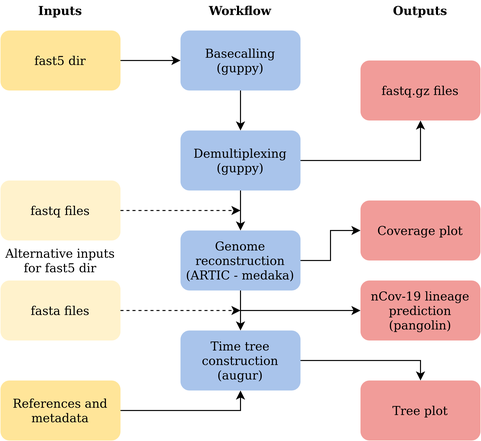
Before: data/figures/workflow.png, a diagram exported from draw.io (replikation/poreCov). Source tidied: cells renumbered, new cells last; positions are measured from the earlier drawing's top-left corner, leaving out a move shared by most shapes.
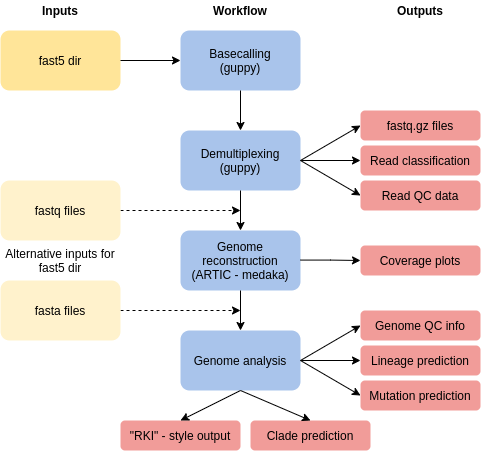
Later version of the same file.

Diff of the diagram source:
```diff
@@ -5,47 +5,21 @@
     <mxCell id="2" value="&lt;div&gt;Basecalling&lt;/div&gt;&lt;div&gt;(guppy)&lt;br&gt;&lt;/div&gt;" style="rounded=1;whiteSpace=wrap;html=1;fillColor=#A9C4EB;strokeColor=none;" parent="1" vertex="1">
       <mxGeometry x="180" y="30" width="120" height="60" as="geometry" />
     </mxCell>
-    <mxCell id="3" style="edgeStyle=orthogonalEdgeStyle;rounded=0;jettySize=auto;html=1;targetPerimeterSpacing=6;entryX=0.5;entryY=1;entryDx=0;entryDy=0;" parent="1" edge="1" source="4" target="5">
-      <mxGeometry relative="1" as="geometry">
-        <Array as="points">
-          <mxPoint x="420" y="160" />
-        </Array>
-      </mxGeometry>
-    </mxCell>
     <mxCell id="4" value="Demultiplexing&lt;br&gt;(guppy)" style="rounded=1;whiteSpace=wrap;html=1;fillColor=#A9C4EB;strokeColor=none;" parent="1" vertex="1">
       <mxGeometry x="180" y="130" width="120" height="60" as="geometry" />
     </mxCell>
     <mxCell id="5" value="fastq.gz files" style="rounded=1;whiteSpace=wrap;html=1;fillColor=#F19C99;strokeColor=none;" parent="1" vertex="1">
-      <mxGeometry x="360" y="60" width="120" height="60" as="geometry" />
+      <mxGeometry x="360" y="110" width="120" height="30" as="geometry" />
     </mxCell>
-    <mxCell id="6" style="edgeStyle=orthogonalEdgeStyle;rounded=0;jettySize=auto;html=1;targetPerimeterSpacing=6;entryX=0;entryY=0.5;entryDx=0;entryDy=0;" parent="1" edge="1" source="9" target="11">
-      <mxGeometry relative="1" as="geometry">
-        <Array as="points">
-          <mxPoint x="330" y="260" />
-          <mxPoint x="330" y="230" />
-        </Array>
-      </mxGeometry>
-    </mxCell>
     <mxCell id="7" style="edgeStyle=orthogonalEdgeStyle;rounded=0;jettySize=auto;html=1;targetPerimeterSpacing=6;entryX=0.5;entryY=0;entryDx=0;entryDy=0;" parent="1" edge="1" source="9" target="18">
       <mxGeometry relative="1" as="geometry" />
     </mxCell>
-    <mxCell id="8" style="edgeStyle=orthogonalEdgeStyle;rounded=0;jettySize=auto;html=1;" parent="1" edge="1" target="10">
-      <mxGeometry relative="1" as="geometry">
-        <mxPoint x="240" y="300" as="sourcePoint" />
-        <Array as="points">
-          <mxPoint x="240" y="310" />
-        </Array>
-      </mxGeometry>
-    </mxCell>
     <mxCell id="9" value="&lt;div&gt;Genome reconstruction&lt;/div&gt;&lt;div&gt; (ARTIC - medaka)&lt;/div&gt;" style="rounded=1;whiteSpace=wrap;html=1;fillColor=#A9C4EB;strokeColor=none;" parent="1" vertex="1">
       <mxGeometry x="180" y="230" width="120" height="60" as="geometry" />
     </mxCell>
-    <mxCell id="10" value="&lt;div&gt;nCov-19 lineage prediction&lt;br&gt;(pangolin)&lt;/div&gt;" style="rounded=1;whiteSpace=wrap;html=1;fillColor=#F19C99;strokeColor=none;" parent="1" vertex="1">
-      <mxGeometry x="360" y="280" width="120" height="60" as="geometry" />
+    <mxCell id="10" value="Lineage prediction" style="rounded=1;whiteSpace=wrap;html=1;fillColor=#F19C99;strokeColor=none;" parent="1" vertex="1">
+      <mxGeometry x="360" y="345" width="120" height="30" as="geometry" />
     </mxCell>
-    <mxCell id="11" value="Coverage plot" style="rounded=1;whiteSpace=wrap;html=1;fillColor=#F19C99;strokeColor=none;" parent="1" vertex="1">
-      <mxGeometry x="360" y="200" width="120" height="60" as="geometry" />
-    </mxCell>
     <mxCell id="12" style="endArrow=classic;html=1;exitX=0.5;exitY=1;exitDx=0;exitDy=0;entryX=0.5;entryY=0;entryDx=0;entryDy=0;" parent="1" edge="1" source="2" target="4">
       <mxGeometry relative="1" as="geometry" />
     </mxCell>
@@ -66,7 +40,7 @@
     <mxCell id="17" style="endArrow=classic;html=1;exitX=1;exitY=0.5;exitDx=0;exitDy=0;entryX=0;entryY=0.5;entryDx=0;entryDy=0;" parent="1" edge="1" source="14" target="2">
       <mxGeometry relative="1" as="geometry" />
     </mxCell>
-    <mxCell id="18" value="&lt;div&gt;Time tree &lt;br&gt;&lt;/div&gt;&lt;div&gt;construction&lt;/div&gt;&lt;div&gt;(augur)&lt;br&gt;&lt;/div&gt;" style="rounded=1;whiteSpace=wrap;html=1;fillColor=#A9C4EB;strokeColor=none;" parent="1" vertex="1">
+    <mxCell id="18" value="&lt;div&gt;Genome analysis&lt;/div&gt;" style="rounded=1;whiteSpace=wrap;html=1;fillColor=#A9C4EB;strokeColor=none;" parent="1" vertex="1">
       <mxGeometry x="180" y="330" width="120" height="60" as="geometry" />
     </mxCell>
     <mxCell id="19" value="Inputs" style="text;html=1;strokeColor=none;fillColor=none;align=center;verticalAlign=middle;whiteSpace=wrap;rounded=0;fontStyle=1;" parent="1" vertex="1">
@@ -86,29 +60,67 @@
     <mxCell id="23" value="fasta files " style="rounded=1;whiteSpace=wrap;html=1;fillColor=#FFF2CC;strokeColor=none;" parent="1" vertex="1">
       <mxGeometry y="280" width="120" height="60" as="geometry" />
     </mxCell>
-    <mxCell id="24" style="edgeStyle=orthogonalEdgeStyle;rounded=0;jettySize=auto;html=1;targetPerimeterSpacing=6;entryX=0.5;entryY=0;entryDx=0;entryDy=0;" parent="1" edge="1" target="25">
-      <mxGeometry relative="1" as="geometry">
-        <mxPoint x="300" y="360" as="sourcePoint" />
-        <Array as="points">
-          <mxPoint x="420" y="360" />
-        </Array>
-      </mxGeometry>
-    </mxCell>
-    <mxCell id="25" value="Tree plot" style="rounded=1;whiteSpace=wrap;html=1;fillColor=#F19C99;strokeColor=none;" parent="1" vertex="1">
-      <mxGeometry x="360" y="380" width="120" height="60" as="geometry" />
+    <mxCell id="25" value="Mutation prediction" style="rounded=1;whiteSpace=wrap;html=1;fillColor=#F19C99;strokeColor=none;" parent="1" vertex="1">
+      <mxGeometry x="360" y="380" width="120" height="30" as="geometry" />
     </mxCell>
-    <mxCell id="26" style="edgeStyle=orthogonalEdgeStyle;rounded=0;jettySize=auto;html=1;endArrow=classic;endFill=1;targetPerimeterSpacing=6;entryX=0.5;entryY=1;entryDx=0;entryDy=0;exitX=1;exitY=0.5;exitDx=0;exitDy=0;" parent="1" edge="1" source="27" target="18">
-      <mxGeometry relative="1" as="geometry">
-        <Array as="points">
-          <mxPoint x="240" y="410" />
-        </Array>
-      </mxGeometry>
-    </mxCell>
-    <mxCell id="27" value="References and&lt;br&gt;metadata" style="rounded=1;whiteSpace=wrap;html=1;fillColor=#FFE599;strokeColor=none;" parent="1" vertex="1">
-      <mxGeometry y="380" width="120" height="60" as="geometry" />
-    </mxCell>
     <mxCell id="28" value="Alternative inputs for fast5 dir" style="text;html=1;strokeColor=none;fillColor=none;align=center;verticalAlign=middle;whiteSpace=wrap;rounded=0;" parent="1" vertex="1">
       <mxGeometry y="250" width="120" height="20" as="geometry" />
     </mxCell>
+    <mxCell id="29" value="Clade prediction" style="rounded=1;whiteSpace=wrap;html=1;fillColor=#F19C99;strokeColor=none;" parent="1" vertex="1">
+      <mxGeometry x="250" y="420" width="120" height="30" as="geometry" />
+    </mxCell>
+    <mxCell id="30" value="Genome QC info" style="rounded=1;whiteSpace=wrap;html=1;fillColor=#F19C99;strokeColor=none;" parent="1" vertex="1">
+      <mxGeometry x="360" y="310" width="120" height="30" as="geometry" />
+    </mxCell>
+    <mxCell id="31" value="Coverage plots" style="rounded=1;whiteSpace=wrap;html=1;fillColor=#F19C99;strokeColor=none;" parent="1" vertex="1">
+      <mxGeometry x="360" y="245" width="120" height="30" as="geometry" />
+    </mxCell>
+    <mxCell id="32" style="edgeStyle=orthogonalEdgeStyle;rounded=0;jettySize=auto;html=1;targetPerimeterSpacing=6;entryX=0;entryY=0.5;entryDx=0;entryDy=0;" parent="1" edge="1" target="31">
+      <mxGeometry relative="1" as="geometry">
+        <mxPoint x="300" y="259.6" as="sourcePoint" />
+      </mxGeometry>
+    </mxCell>
+    <mxCell id="33" value="Read classification" style="rounded=1;whiteSpace=wrap;html=1;fillColor=#F19C99;strokeColor=none;" parent="1" vertex="1">
+      <mxGeometry x="360" y="145" width="120" height="30" as="geometry" />
+    </mxCell>
+    <mxCell id="34" value="Read QC data" style="rounded=1;whiteSpace=wrap;html=1;fillColor=#F19C99;strokeColor=none;" parent="1" vertex="1">
+      <mxGeometry x="360" y="180" width="120" height="30" as="geometry" />
+    </mxCell>
+    <mxCell id="35" value="&quot;RKI&quot; - style output" style="rounded=1;whiteSpace=wrap;html=1;fillColor=#F19C99;strokeColor=none;" parent="1" vertex="1">
+      <mxGeometry x="120" y="420" width="120" height="30" as="geometry" />
+    </mxCell>
+    <mxCell id="3" style="endArrow=classic;html=1;fontColor=#660000;entryX=0;entryY=0.5;entryDx=0;entryDy=0;exitX=1;exitY=0.5;exitDx=0;exitDy=0;" parent="1" edge="1" source="4" target="5">
+      <mxGeometry relative="1" as="geometry" />
+    </mxCell>
+    <mxCell id="36" style="endArrow=classic;html=1;fontColor=#660000;entryX=0;entryY=0.5;entryDx=0;entryDy=0;exitX=1;exitY=0.5;exitDx=0;exitDy=0;" parent="1" edge="1" source="4" target="33">
+      <mxGeometry relative="1" as="geometry" />
+    </mxCell>
+    <mxCell id="37" style="endArrow=classic;html=1;fontColor=#660000;entryX=0;entryY=0.5;entryDx=0;entryDy=0;exitX=1;exitY=0.5;exitDx=0;exitDy=0;" parent="1" edge="1" source="4" target="34">
+      <mxGeometry relative="1" as="geometry" />
+    </mxCell>
+    <mxCell id="38" style="endArrow=classic;html=1;fontColor=#660000;entryX=0;entryY=0.5;entryDx=0;entryDy=0;exitX=1;exitY=0.5;exitDx=0;exitDy=0;" parent="1" edge="1">
+      <mxGeometry relative="1" as="geometry">
+        <mxPoint x="300" y="360" as="sourcePoint" />
+        <mxPoint x="360" y="325" as="targetPoint" />
+      </mxGeometry>
+    </mxCell>
+    <mxCell id="39" style="endArrow=classic;html=1;fontColor=#660000;entryX=0;entryY=0.5;entryDx=0;entryDy=0;exitX=1;exitY=0.5;exitDx=0;exitDy=0;" parent="1" edge="1">
+      <mxGeometry relative="1" as="geometry">
+        <mxPoint x="300" y="360" as="sourcePoint" />
+        <mxPoint x="360" y="360" as="targetPoint" />
+      </mxGeometry>
+    </mxCell>
+    <mxCell id="40" style="endArrow=classic;html=1;fontColor=#660000;entryX=0;entryY=0.5;entryDx=0;entryDy=0;exitX=1;exitY=0.5;exitDx=0;exitDy=0;" parent="1" edge="1">
+      <mxGeometry relative="1" as="geometry">
+        <mxPoint x="300" y="360" as="sourcePoint" />
+        <mxPoint x="360" y="395" as="targetPoint" />
+      </mxGeometry>
+    </mxCell>
+    <mxCell id="41" style="endArrow=classic;html=1;fontColor=#660000;entryX=0.5;entryY=0;entryDx=0;entryDy=0;exitX=0.5;exitY=1;exitDx=0;exitDy=0;" parent="1" edge="1" source="18" target="35">
+      <mxGeometry relative="1" as="geometry" />
+    </mxCell>
+    <mxCell id="42" style="endArrow=classic;html=1;fontColor=#660000;entryX=0.5;entryY=0;entryDx=0;entryDy=0;exitX=0.5;exitY=1;exitDx=0;exitDy=0;" parent="1" edge="1" source="18" target="29">
+      <mxGeometry relative="1" as="geometry" />
+    </mxCell>
   </root>
 </mxGraphModel>
```
